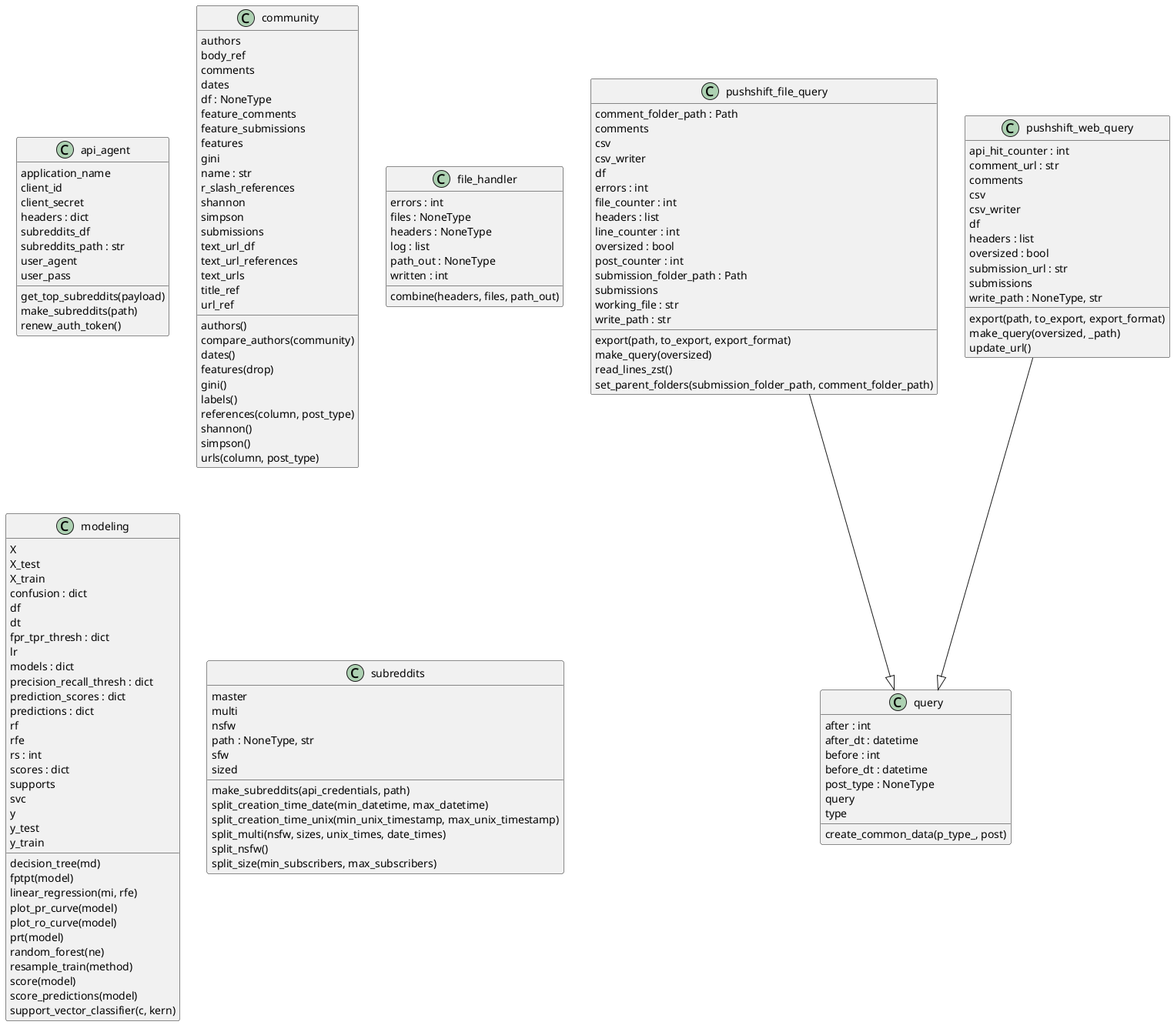
The PlantUML diagram docs/diagrams/python-classes.puml.png in casonk/pushshift_python, before a commit.
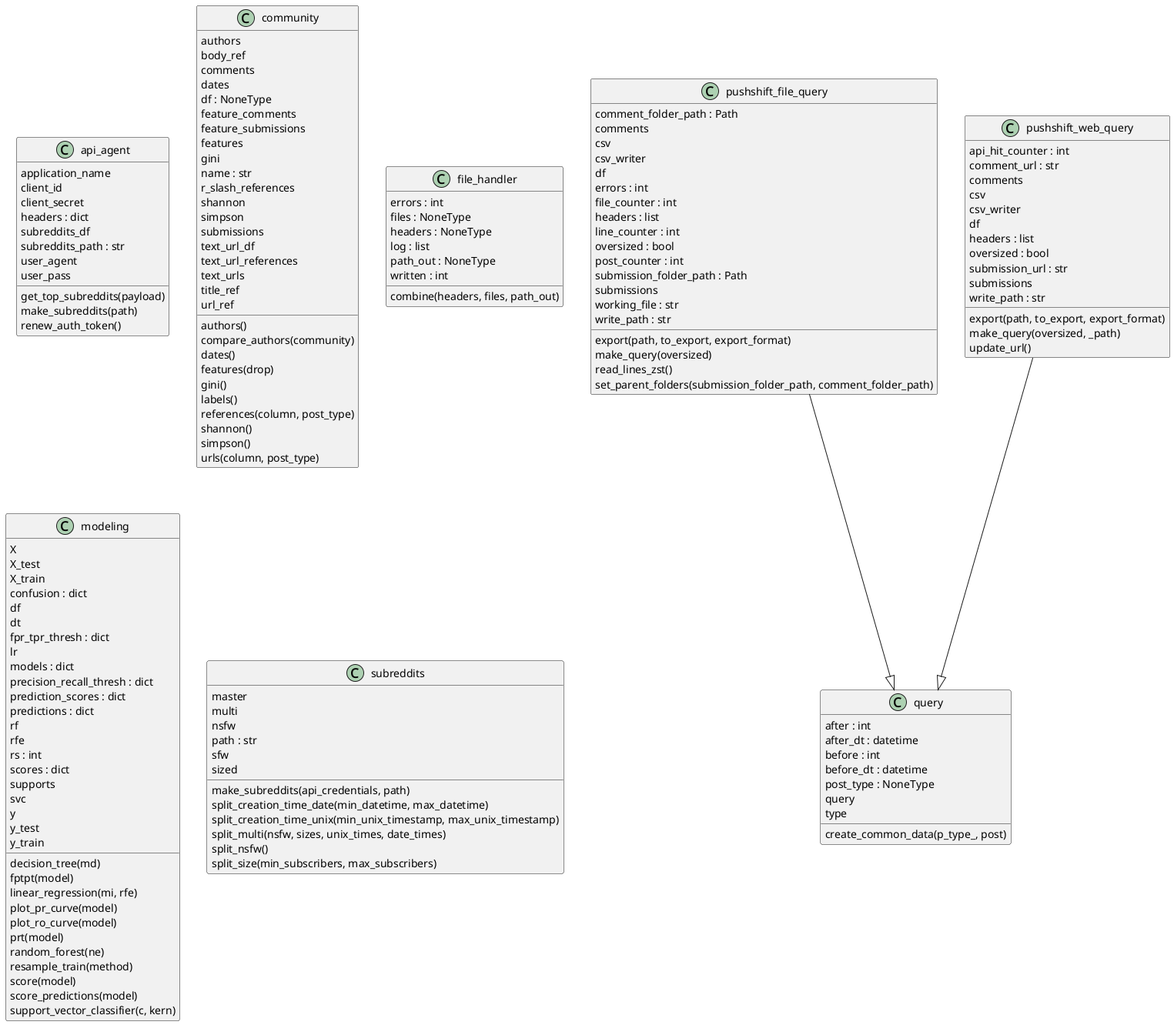
After the commit.

What changed in the source:
```diff
@@ -119,7 +119,7 @@
   oversized : bool
   submission_url : str
   submissions
-  write_path : NoneType, str
+  write_path : str
   export(path, to_export, export_format)
   make_query(oversized, _path)
   update_url()
@@ -138,7 +138,7 @@
   master
   multi
   nsfw
-  path : NoneType, str
+  path : str
   sfw
   sized
   make_subreddits(api_credentials, path)
```
